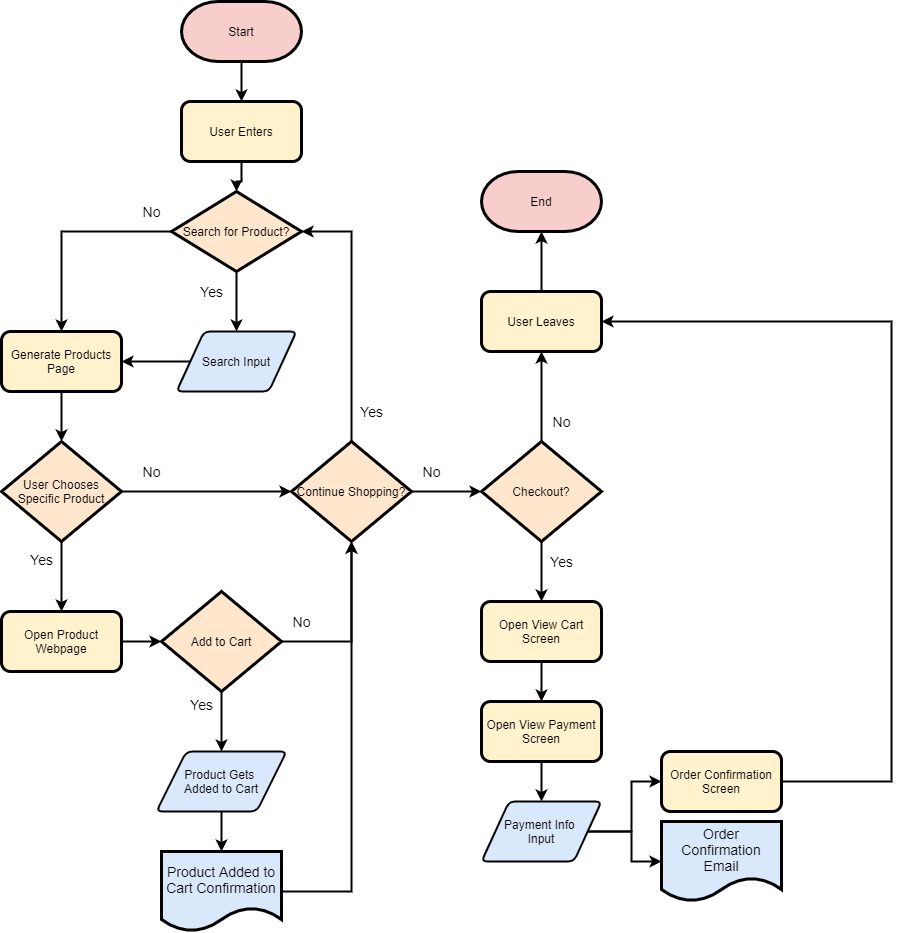
brilam8/wi21-cse110-lab4 keeps this draw.io diagram as part2/part2.drawio.png. Above is the earlier version. Source tidied: cells renumbered, new cells last; positions are measured from the earlier drawing's top-left corner, leaving out a move shared by most shapes.
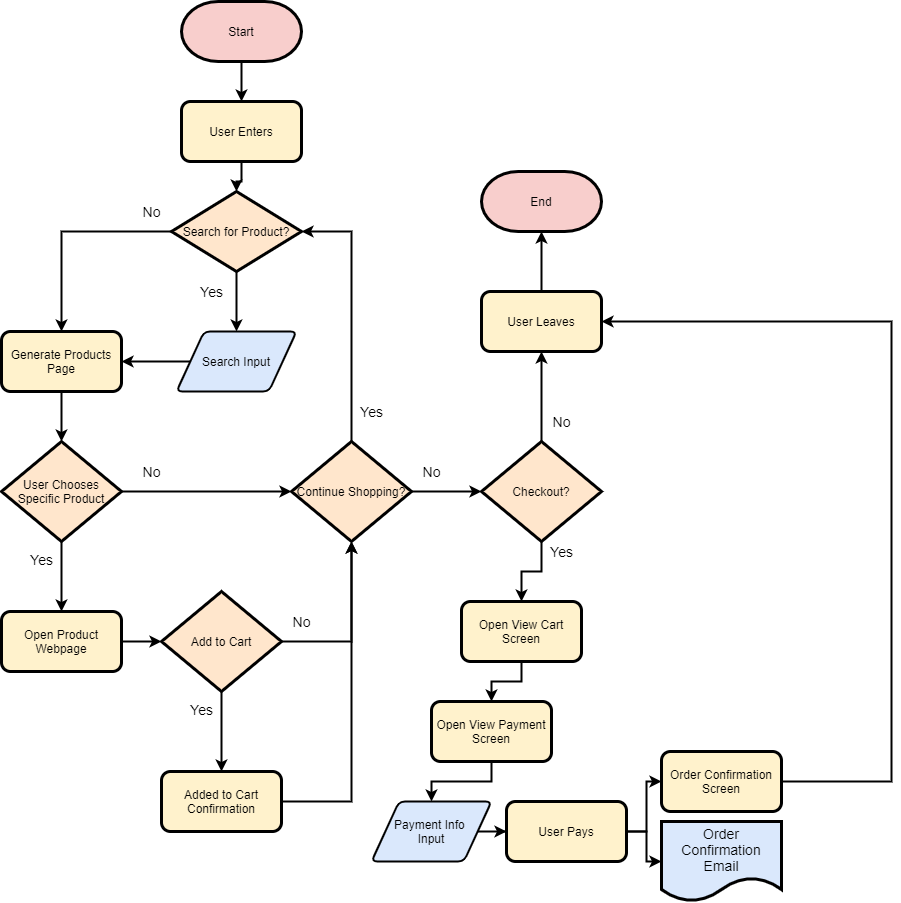
After the change.

Diff of the diagram source:
```diff
@@ -70,23 +70,17 @@
     <mxCell id="21" value="No" style="edgeStyle=orthogonalEdgeStyle;rounded=0;jettySize=auto;html=1;strokeColor=#000000;strokeWidth=2;fontFamily=Helvetica;fontSize=14;fontColor=#000000;labelBackgroundColor=#FFFFFF;" parent="1" edge="1" source="23" target="18">
       <mxGeometry x="-0.76" y="20" relative="1" as="geometry" />
     </mxCell>
-    <mxCell id="22" value="Yes" style="edgeStyle=orthogonalEdgeStyle;rounded=0;jettySize=auto;html=1;strokeColor=#000000;strokeWidth=2;fontFamily=Helvetica;fontSize=14;fontColor=#000000;entryX=0.5;entryY=0;entryDx=0;entryDy=0;labelBackgroundColor=#FFFFFF;" parent="1" edge="1" source="23" target="32">
+    <mxCell id="22" value="Yes" style="edgeStyle=orthogonalEdgeStyle;rounded=0;jettySize=auto;html=1;strokeColor=#000000;strokeWidth=2;fontFamily=Helvetica;fontSize=14;fontColor=#000000;entryX=0.5;entryY=0;entryDx=0;entryDy=0;labelBackgroundColor=#FFFFFF;" parent="1" edge="1" source="23" target="49">
       <mxGeometry x="-0.56" y="-20" relative="1" as="geometry" />
     </mxCell>
     <mxCell id="23" value="Add to Cart" style="rhombus;whiteSpace=wrap;html=1;strokeWidth=3;fontFamily=Helvetica;fillColor=#ffe6cc;strokeColor=#000000;fontColor=#000000;" parent="1" vertex="1">
       <mxGeometry x="160" y="590" width="120" height="100" as="geometry" />
     </mxCell>
-    <mxCell id="24" style="edgeStyle=orthogonalEdgeStyle;rounded=0;jettySize=auto;html=1;strokeColor=#000000;strokeWidth=2;fontFamily=Helvetica;fontSize=14;fontColor=#000000;exitX=1;exitY=0.5;exitDx=0;exitDy=0;" parent="1" edge="1" source="25" target="18">
-      <mxGeometry relative="1" as="geometry" />
-    </mxCell>
-    <mxCell id="25" value="&lt;font color=&quot;#000000&quot;&gt;Product Added to Cart Confirmation&lt;/font&gt;" style="shape=document;whiteSpace=wrap;html=1;boundedLbl=1;strokeWidth=3;fontFamily=Helvetica;fontSize=14;fillColor=#dae8fc;strokeColor=#000000;" parent="1" vertex="1">
-      <mxGeometry x="160" y="850" width="120" height="80" as="geometry" />
-    </mxCell>
     <mxCell id="26" value="No" style="edgeStyle=orthogonalEdgeStyle;rounded=0;jettySize=auto;html=1;entryX=0.5;entryY=1;entryDx=0;entryDy=0;strokeColor=#000000;strokeWidth=2;fontFamily=Helvetica;fontSize=14;fontColor=#000000;labelBackgroundColor=#FFFFFF;" parent="1" edge="1" source="28" target="30">
       <mxGeometry x="-0.56" y="-20" relative="1" as="geometry" />
     </mxCell>
     <mxCell id="27" value="Yes" style="edgeStyle=orthogonalEdgeStyle;rounded=0;jettySize=auto;html=1;strokeColor=#000000;strokeWidth=2;fontFamily=Helvetica;fontSize=14;fontColor=#000000;labelBackgroundColor=#FFFFFF;" parent="1" edge="1" source="28" target="35">
-      <mxGeometry x="-0.33" y="20" relative="1" as="geometry" />
+      <mxGeometry x="-0.75" y="20" relative="1" as="geometry" />
     </mxCell>
     <mxCell id="28" value="Checkout?" style="rhombus;whiteSpace=wrap;html=1;strokeWidth=3;fontFamily=Helvetica;fillColor=#ffe6cc;strokeColor=#000000;fontColor=#000000;" parent="1" vertex="1">
       <mxGeometry x="480" y="440" width="120" height="100" as="geometry" />
@@ -97,12 +91,6 @@
     <mxCell id="30" value="&lt;font color=&quot;#000000&quot;&gt;User Leaves&lt;/font&gt;" style="rounded=1;whiteSpace=wrap;html=1;strokeWidth=3;fontFamily=Helvetica;fillColor=#fff2cc;strokeColor=#000000;" parent="1" vertex="1">
       <mxGeometry x="480" y="290" width="120" height="60" as="geometry" />
     </mxCell>
-    <mxCell id="31" style="edgeStyle=orthogonalEdgeStyle;rounded=0;jettySize=auto;html=1;entryX=0.5;entryY=0;entryDx=0;entryDy=0;strokeColor=#000000;strokeWidth=2;fontFamily=Helvetica;fontSize=14;fontColor=#000000;" parent="1" edge="1" source="32" target="25">
-      <mxGeometry relative="1" as="geometry" />
-    </mxCell>
-    <mxCell id="32" value="&lt;font color=&quot;#000000&quot;&gt;Product Gets &lt;br&gt;Added to Cart&lt;/font&gt;" style="shape=parallelogram;html=1;strokeWidth=2;perimeter=parallelogramPerimeter;whiteSpace=wrap;rounded=1;arcSize=12;size=0.23;fontFamily=Helvetica;fillColor=#dae8fc;strokeColor=#000000;" parent="1" vertex="1">
-      <mxGeometry x="155" y="750" width="130" height="60" as="geometry" />
-    </mxCell>
     <mxCell id="33" value="End" style="strokeWidth=3;html=1;shape=mxgraph.flowchart.terminator;whiteSpace=wrap;fillColor=#f8cecc;fontFamily=Helvetica;fontColor=#000000;fontStyle=0;strokeColor=#000000;" parent="1" vertex="1">
       <mxGeometry x="480" y="170" width="120" height="60" as="geometry" />
     </mxCell>
@@ -110,22 +98,19 @@
       <mxGeometry relative="1" as="geometry" />
     </mxCell>
     <mxCell id="35" value="&lt;font color=&quot;#000000&quot;&gt;Open View Cart Screen&lt;/font&gt;" style="rounded=1;whiteSpace=wrap;html=1;strokeWidth=3;fontFamily=Helvetica;fillColor=#fff2cc;strokeColor=#000000;" parent="1" vertex="1">
-      <mxGeometry x="480" y="600" width="120" height="60" as="geometry" />
+      <mxGeometry x="460" y="600" width="120" height="60" as="geometry" />
     </mxCell>
     <mxCell id="36" style="edgeStyle=orthogonalEdgeStyle;rounded=0;jettySize=auto;html=1;entryX=0.5;entryY=0;entryDx=0;entryDy=0;strokeColor=#000000;strokeWidth=2;fontFamily=Helvetica;fontSize=14;fontColor=#000000;" parent="1" edge="1" source="37" target="40">
       <mxGeometry relative="1" as="geometry" />
     </mxCell>
     <mxCell id="37" value="&lt;font color=&quot;#000000&quot;&gt;Open View Payment Screen&lt;/font&gt;" style="rounded=1;whiteSpace=wrap;html=1;strokeWidth=3;fontFamily=Helvetica;fillColor=#fff2cc;strokeColor=#000000;" parent="1" vertex="1">
-      <mxGeometry x="480" y="700" width="120" height="60" as="geometry" />
+      <mxGeometry x="430" y="700" width="120" height="60" as="geometry" />
     </mxCell>
-    <mxCell id="38" style="edgeStyle=orthogonalEdgeStyle;rounded=0;jettySize=auto;html=1;entryX=0;entryY=0.5;entryDx=0;entryDy=0;strokeColor=#000000;strokeWidth=2;fontFamily=Helvetica;fontSize=14;fontColor=#000000;" parent="1" edge="1" source="40" target="42">
-      <mxGeometry relative="1" as="geometry" />
-    </mxCell>
-    <mxCell id="39" style="edgeStyle=orthogonalEdgeStyle;rounded=0;jettySize=auto;html=1;strokeColor=#000000;strokeWidth=2;fontFamily=Helvetica;fontSize=14;fontColor=#000000;" parent="1" edge="1" source="40" target="43">
-      <mxGeometry relative="1" as="geometry" />
-    </mxCell>
+    <mxCell id="44" style="edgeStyle=orthogonalEdgeStyle;rounded=0;jettySize=auto;html=1;entryX=0;entryY=0.5;entryDx=0;entryDy=0;strokeColor=#000000;strokeWidth=2;" parent="1" edge="1" source="40" target="47">
+      <mxGeometry relative="1" as="geometry" />
+    </mxCell>
     <mxCell id="40" value="&lt;font color=&quot;#000000&quot;&gt;Payment Info &lt;br&gt;Input&lt;/font&gt;" style="shape=parallelogram;html=1;strokeWidth=2;perimeter=parallelogramPerimeter;whiteSpace=wrap;rounded=1;arcSize=12;size=0.23;fontFamily=Helvetica;fillColor=#dae8fc;strokeColor=#000000;" parent="1" vertex="1">
-      <mxGeometry x="480" y="800" width="120" height="60" as="geometry" />
+      <mxGeometry x="370" y="800" width="120" height="60" as="geometry" />
     </mxCell>
     <mxCell id="41" style="edgeStyle=orthogonalEdgeStyle;rounded=0;jettySize=auto;html=1;strokeColor=#000000;strokeWidth=2;fontFamily=Helvetica;fontSize=14;fontColor=#000000;entryX=1;entryY=0.5;entryDx=0;entryDy=0;" parent="1" edge="1" source="42" target="30">
       <mxGeometry relative="1" as="geometry">
@@ -141,5 +126,20 @@
     <mxCell id="43" value="&lt;font color=&quot;#000000&quot;&gt;Order Confirmation Email&lt;/font&gt;" style="shape=document;whiteSpace=wrap;html=1;boundedLbl=1;strokeWidth=3;fontFamily=Helvetica;fontSize=14;fillColor=#dae8fc;strokeColor=#000000;" parent="1" vertex="1">
       <mxGeometry x="660" y="820" width="120" height="80" as="geometry" />
     </mxCell>
+    <mxCell id="45" style="edgeStyle=orthogonalEdgeStyle;rounded=0;jettySize=auto;html=1;strokeColor=#000000;strokeWidth=2;" parent="1" edge="1" source="47" target="42">
+      <mxGeometry relative="1" as="geometry" />
+    </mxCell>
+    <mxCell id="46" style="edgeStyle=orthogonalEdgeStyle;rounded=0;jettySize=auto;html=1;entryX=0;entryY=0.5;entryDx=0;entryDy=0;strokeColor=#000000;strokeWidth=2;" parent="1" edge="1" source="47" target="43">
+      <mxGeometry relative="1" as="geometry" />
+    </mxCell>
+    <mxCell id="47" value="&lt;font color=&quot;#000000&quot;&gt;User Pays&lt;/font&gt;" style="rounded=1;whiteSpace=wrap;html=1;strokeWidth=3;fontFamily=Helvetica;fillColor=#fff2cc;strokeColor=#000000;" parent="1" vertex="1">
+      <mxGeometry x="505" y="800" width="120" height="60" as="geometry" />
+    </mxCell>
+    <mxCell id="48" style="edgeStyle=orthogonalEdgeStyle;rounded=0;jettySize=auto;html=1;strokeColor=#000000;strokeWidth=2;entryX=0.5;entryY=1;entryDx=0;entryDy=0;" parent="1" edge="1" source="49" target="18">
+      <mxGeometry relative="1" as="geometry" />
+    </mxCell>
+    <mxCell id="49" value="&lt;font color=&quot;#000000&quot;&gt;Added to Cart Confirmation&lt;/font&gt;" style="rounded=1;whiteSpace=wrap;html=1;strokeWidth=3;fontFamily=Helvetica;fillColor=#fff2cc;strokeColor=#000000;" parent="1" vertex="1">
+      <mxGeometry x="160" y="770" width="120" height="60" as="geometry" />
+    </mxCell>
   </root>
 </mxGraphModel>
```
